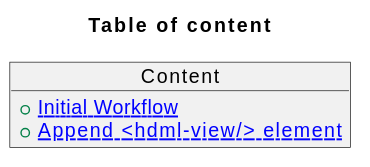
hdml-github/hdml keeps this PlantUML diagram as uml/svg/charts/index.svg. Above is the earlier version.
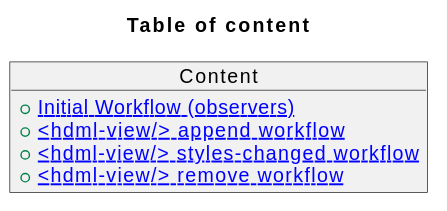
Later version of the same file.

Commit message:
<hdml-view/> done

What changed in the source:
```diff
@@ -2,7 +2,9 @@
   title Table of content
 
   object Content {
-    +[[./init_workflow.svg Initial Workflow]]
-    +[[./append_hdml_view.svg Append <hdml-view/> element]]
+    +[[./init_workflow.svg Initial Workflow (observers)]]
+    +[[./hdml_view_append.svg <hdml-view/> append workflow]]
+    +[[./hdml_view_styles_changed.svg <hdml-view/> styles-changed workflow]]
+    +[[./hdml_view_remove.svg <hdml-view/> remove workflow]]
   }
 @enduml
```
